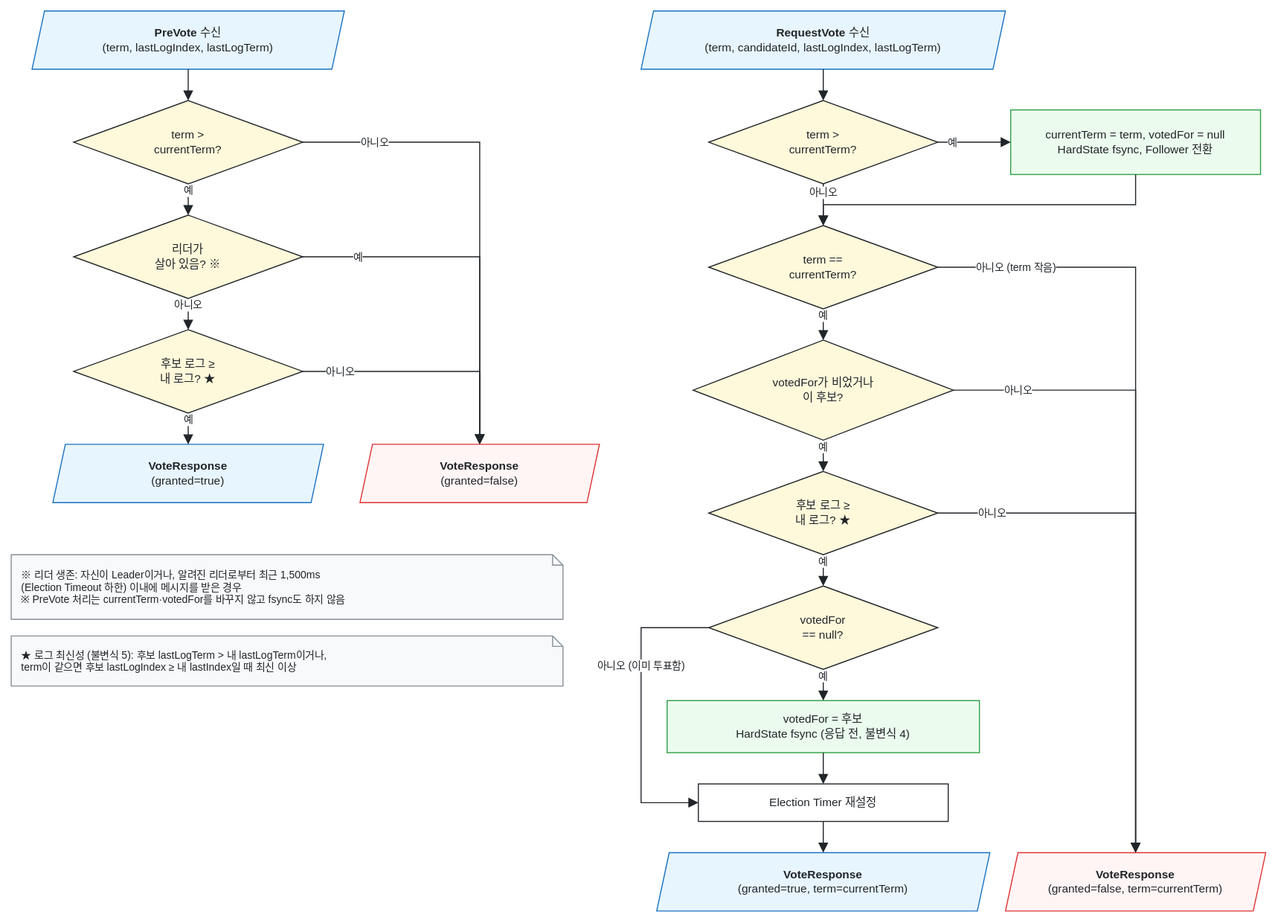
Before: assets/drawio/5.3.2 Raft Flowchart 2 - Vote Decision.svg, a diagram exported from draw.io (reddiana/a-cert). Source tidied: cells renumbered, new cells last; positions are measured from the earlier drawing's top-left corner, leaving out a move shared by most shapes.
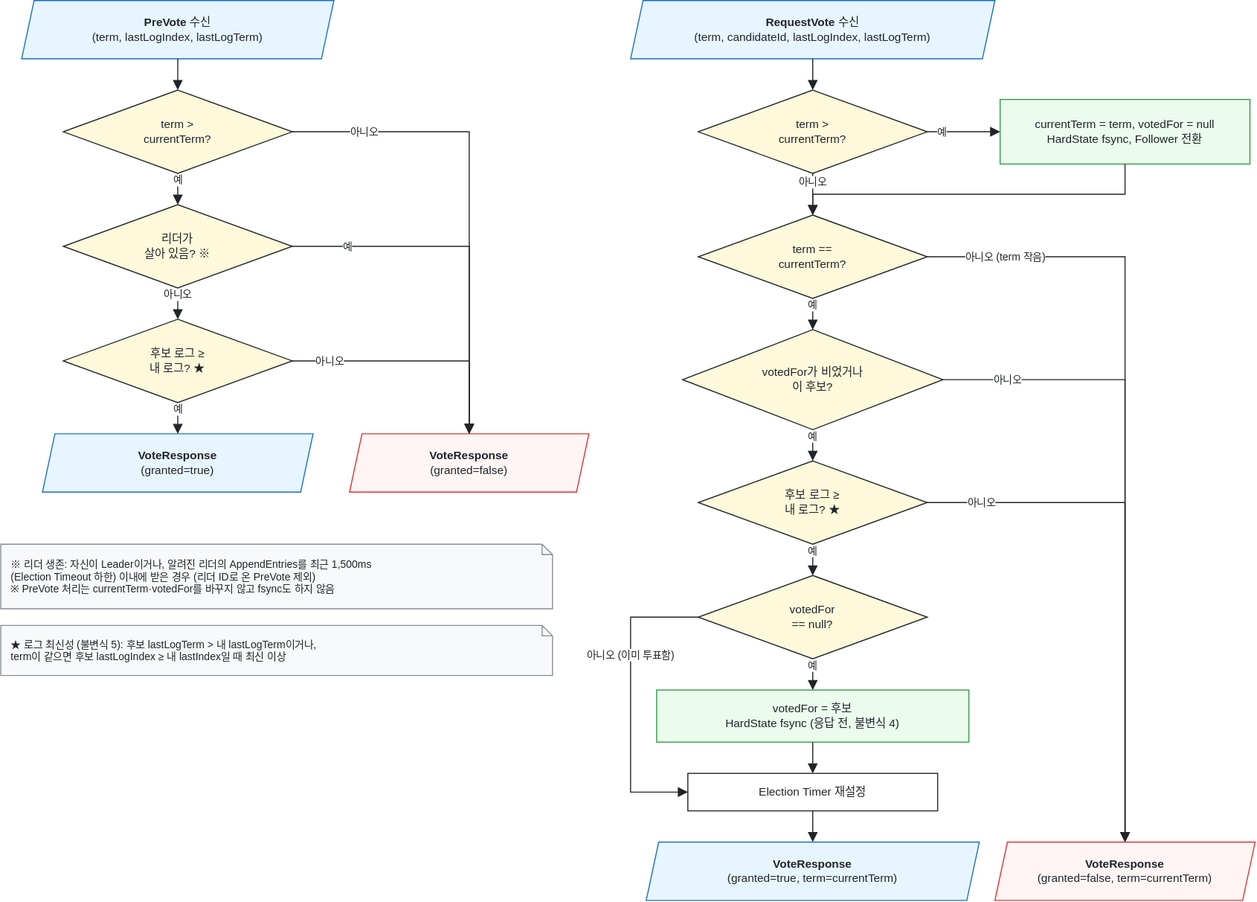
The same diagram one commit later.

The edit, as a diff of the source:
```diff
@@ -20,7 +20,7 @@
     <mxCell id="7" value="&lt;b&gt;VoteResponse&lt;/b&gt;&lt;br&gt;(granted=false)" style="html=1;whiteSpace=wrap;fontFamily=Helvetica;fontSize=11;fontColor=#212529;shape=parallelogram;perimeter=parallelogramPerimeter;fixedSize=1;size=12;fillColor=#fff5f5;strokeColor=#e03131;" parent="1" vertex="1">
       <mxGeometry x="335" y="416" width="230" height="56" as="geometry" />
     </mxCell>
-    <mxCell id="8" value="※ 리더 생존: 자신이 Leader이거나, 알려진 리더로부터 최근 1,500ms&lt;br&gt;(Election Timeout 하한) 이내에 메시지를 받은 경우&lt;br&gt;※ PreVote 처리는 currentTerm·votedFor를 바꾸지 않고 fsync도 하지 않음" style="html=1;whiteSpace=wrap;fontFamily=Helvetica;fontSize=11;fontColor=#212529;shape=note;size=10;fillColor=#f8f9fa;strokeColor=#868e96;align=left;spacingLeft=8;spacingRight=6;fontSize=10;" parent="1" vertex="1">
+    <mxCell id="8" value="※ 리더 생존: 자신이 Leader이거나, 알려진 리더의 AppendEntries를 최근 1,500ms&lt;br&gt;(Election Timeout 하한) 이내에 받은 경우 (리더 ID로 온 PreVote 제외)&lt;br&gt;※ PreVote 처리는 currentTerm·votedFor를 바꾸지 않고 fsync도 하지 않음" style="html=1;whiteSpace=wrap;fontFamily=Helvetica;fontSize=11;fontColor=#212529;shape=note;size=10;fillColor=#f8f9fa;strokeColor=#868e96;align=left;spacingLeft=8;spacingRight=6;fontSize=10;" parent="1" vertex="1">
       <mxGeometry y="522" width="530" height="62" as="geometry" />
     </mxCell>
     <mxCell id="9" value="★ 로그 최신성 (불변식 5): 후보 lastLogTerm &amp;gt; 내 lastLogTerm이거나,&lt;br&gt;term이 같으면 후보 lastLogIndex ≥ 내 lastIndex일 때 최신 이상" style="html=1;whiteSpace=wrap;fontFamily=Helvetica;fontSize=11;fontColor=#212529;shape=note;size=10;fillColor=#f8f9fa;strokeColor=#868e96;align=left;spacingLeft=8;spacingRight=6;fontSize=10;" parent="1" vertex="1">
```
